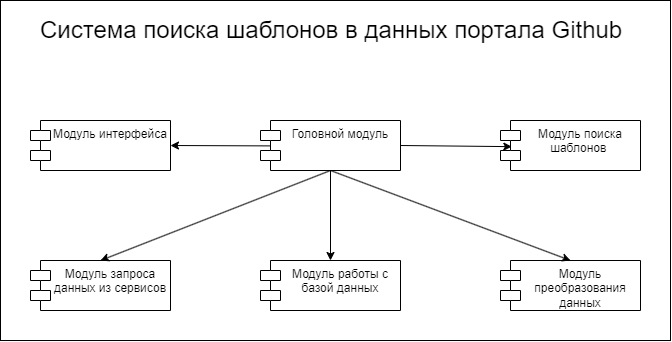
This is docs/Диаграмма классов.png from Santiperro/final-qualifying-work, a draw.io export, as it was before one commit. Source tidied: cells renumbered, new cells last; positions are measured from the earlier drawing's top-left corner, leaving out a move shared by most shapes.
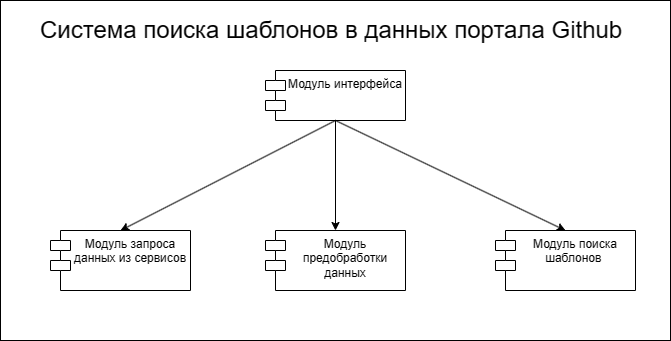
Later version of the same file.

Change to the diagram source:
```diff
@@ -9,37 +9,25 @@
       <mxGeometry x="35" y="10" width="600" height="60" as="geometry" />
     </mxCell>
     <mxCell id="4" value="Модуль интерфейса" style="shape=module;align=left;spacingLeft=20;align=center;verticalAlign=top;whiteSpace=wrap;html=1;" parent="1" vertex="1">
-      <mxGeometry x="30" y="120" width="140" height="50" as="geometry" />
+      <mxGeometry x="265" y="70" width="140" height="50" as="geometry" />
     </mxCell>
-    <mxCell id="5" value="Модуль работы с базой данных" style="shape=module;align=left;spacingLeft=20;align=center;verticalAlign=top;whiteSpace=wrap;html=1;" parent="1" vertex="1">
-      <mxGeometry x="260" y="260" width="140" height="50" as="geometry" />
-    </mxCell>
     <mxCell id="6" value="Модуль запроса данных из сервисов" style="shape=module;align=left;spacingLeft=20;align=center;verticalAlign=top;whiteSpace=wrap;html=1;" parent="1" vertex="1">
-      <mxGeometry x="30" y="260" width="140" height="50" as="geometry" />
+      <mxGeometry x="50" y="230" width="140" height="60" as="geometry" />
     </mxCell>
-    <mxCell id="7" style="endArrow=classic;html=1;rounded=0;exitX=0.5;exitY=1;exitDx=0;exitDy=0;entryX=0.5;entryY=0;entryDx=0;entryDy=0;" parent="1" edge="1" source="13" target="6">
+    <mxCell id="7" style="endArrow=classic;html=1;rounded=0;exitX=0.5;exitY=1;exitDx=0;exitDy=0;entryX=0.5;entryY=0;entryDx=0;entryDy=0;" parent="1" edge="1" source="4" target="6">
       <mxGeometry relative="1" as="geometry" />
     </mxCell>
-    <mxCell id="8" style="endArrow=classic;html=1;rounded=0;exitX=0.5;exitY=1;exitDx=0;exitDy=0;entryX=0.5;entryY=0;entryDx=0;entryDy=0;" parent="1" edge="1" source="13" target="5">
-      <mxGeometry relative="1" as="geometry" />
-    </mxCell>
     <mxCell id="9" value="Модуль поиска шаблонов&amp;nbsp;" style="shape=module;align=left;spacingLeft=20;align=center;verticalAlign=top;whiteSpace=wrap;html=1;" parent="1" vertex="1">
-      <mxGeometry x="500" y="120" width="140" height="50" as="geometry" />
+      <mxGeometry x="495" y="230" width="140" height="60" as="geometry" />
     </mxCell>
-    <mxCell id="10" style="endArrow=classic;html=1;rounded=0;exitX=1;exitY=0.5;exitDx=0;exitDy=0;entryX=0.081;entryY=0.523;entryDx=0;entryDy=0;entryPerimeter=0;" parent="1" edge="1" source="13" target="9">
+    <mxCell id="10" style="endArrow=classic;html=1;rounded=0;exitX=0.5;exitY=1;exitDx=0;exitDy=0;entryX=0.5;entryY=0;entryDx=0;entryDy=0;" parent="1" edge="1" source="4" target="9">
       <mxGeometry relative="1" as="geometry" />
     </mxCell>
-    <mxCell id="11" value="Модуль преобразования данных" style="shape=module;align=left;spacingLeft=20;align=center;verticalAlign=top;whiteSpace=wrap;html=1;" parent="1" vertex="1">
-      <mxGeometry x="500" y="260" width="140" height="50" as="geometry" />
+    <mxCell id="11" value="&lt;div style=&quot;&quot;&gt;&lt;span style=&quot;background-color: initial;&quot;&gt;Модуль предобработки данных&lt;/span&gt;&lt;/div&gt;" style="shape=module;align=center;spacingLeft=20;align=center;verticalAlign=top;whiteSpace=wrap;html=1;" parent="1" vertex="1">
+      <mxGeometry x="265" y="230" width="140" height="60" as="geometry" />
     </mxCell>
-    <mxCell id="12" style="endArrow=classic;html=1;rounded=0;entryX=0.5;entryY=0;entryDx=0;entryDy=0;exitX=0.5;exitY=1;exitDx=0;exitDy=0;" parent="1" edge="1" source="13" target="11">
+    <mxCell id="12" style="endArrow=classic;html=1;rounded=0;entryX=0.5;entryY=0;entryDx=0;entryDy=0;exitX=0.5;exitY=1;exitDx=0;exitDy=0;" parent="1" edge="1" source="4" target="11">
       <mxGeometry relative="1" as="geometry" />
     </mxCell>
-    <mxCell id="13" value="Головной модуль" style="shape=module;align=left;spacingLeft=20;align=center;verticalAlign=top;whiteSpace=wrap;html=1;" parent="1" vertex="1">
-      <mxGeometry x="260" y="120" width="140" height="50" as="geometry" />
-    </mxCell>
-    <mxCell id="14" style="endArrow=classic;html=1;rounded=0;exitX=0.073;exitY=0.508;exitDx=0;exitDy=0;entryX=1;entryY=0.5;entryDx=0;entryDy=0;exitPerimeter=0;" parent="1" edge="1" source="13" target="4">
-      <mxGeometry relative="1" as="geometry" />
-    </mxCell>
   </root>
 </mxGraphModel>
```
